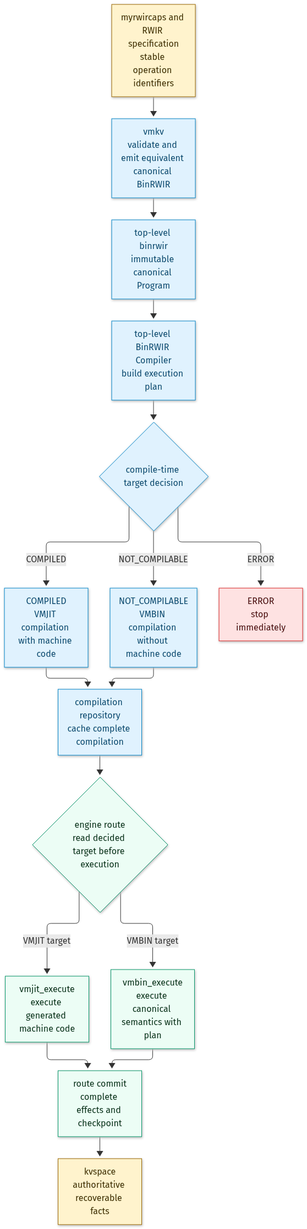
Earlier version of the Mermaid export runtimec/documentation/architecture/runtimec-trunk.png (array2d/kvlang). Its source is kept beside it as runtimec/documentation/architecture/runtimec-trunk.mmd.
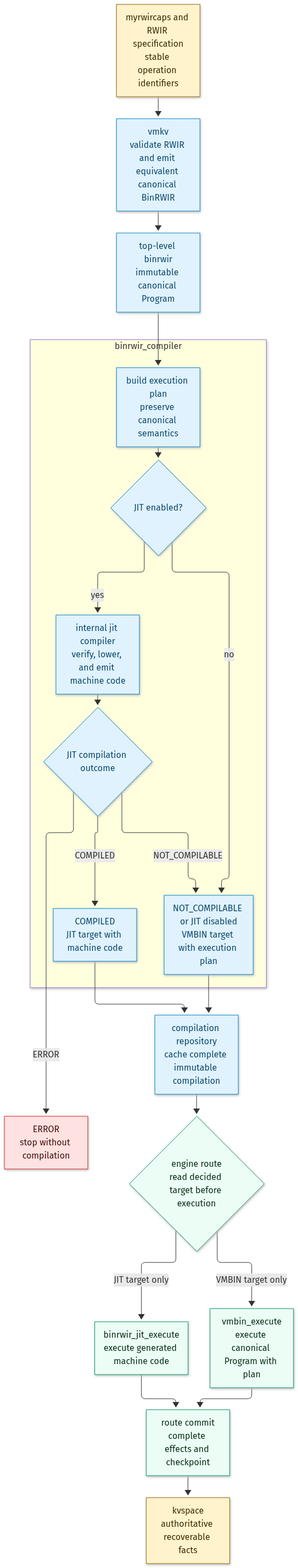
Above is the later version.

The edit, as a diff of the source:
```diff
@@ -1,29 +1,38 @@
 flowchart TB
   SPECIFICATION["myrwircaps and RWIR specification<br/>stable operation identifiers"]
-  VMKV["vmkv<br/>validate and emit equivalent canonical BinRWIR"]
+  VMKV["vmkv<br/>validate RWIR and emit equivalent canonical BinRWIR"]
   PROGRAM["top-level binrwir<br/>immutable canonical Program"]
-  COMPILER["top-level BinRWIR Compiler<br/>build execution plan"]
-  DECISION{"compile-time target decision"}
-  VMJIT_COMPILATION["COMPILED<br/>VMJIT compilation with machine code"]
-  VMBIN_COMPILATION["NOT_COMPILABLE<br/>VMBIN compilation without machine code"]
-  ERROR["ERROR<br/>stop immediately"]
-  REPOSITORY["compilation repository<br/>cache complete compilation"]
+
+  subgraph BINRWIR_COMPILER["binrwir_compiler"]
+    PLAN["build execution plan<br/>preserve canonical semantics"]
+    JIT_POLICY{"JIT enabled?"}
+    JIT_COMPILE["internal jit compiler<br/>verify, lower, and emit machine code"]
+    JIT_OUTCOME{"JIT compilation outcome"}
+    JIT_COMPILATION["COMPILED<br/>JIT target with machine code"]
+    VMBIN_COMPILATION["NOT_COMPILABLE or JIT disabled<br/>VMBIN target with execution plan"]
+    PLAN --> JIT_POLICY
+    JIT_POLICY -->|"yes"| JIT_COMPILE --> JIT_OUTCOME
+    JIT_POLICY -->|"no"| VMBIN_COMPILATION
+    JIT_OUTCOME -->|"COMPILED"| JIT_COMPILATION
+    JIT_OUTCOME -->|"NOT_COMPILABLE"| VMBIN_COMPILATION
+  end
+
+  ERROR["ERROR<br/>stop without compilation"]
+  REPOSITORY["compilation repository<br/>cache complete immutable compilation"]
   ROUTE{"engine route<br/>read decided target before execution"}
-  VMJIT_EXECUTE["vmjit_execute<br/>execute generated machine code"]
-  VMBIN_EXECUTE["vmbin_execute<br/>execute canonical semantics with plan"]
+  JIT_EXECUTE["binrwir_jit_execute<br/>execute generated machine code"]
+  VMBIN_EXECUTE["vmbin_execute<br/>execute canonical Program with plan"]
   COMMIT["route commit<br/>complete effects and checkpoint"]
   KVSPACE["kvspace<br/>authoritative recoverable facts"]
 
-  SPECIFICATION --> VMKV --> PROGRAM --> COMPILER --> DECISION
-  DECISION -->|"COMPILED"| VMJIT_COMPILATION
-  DECISION -->|"NOT_COMPILABLE"| VMBIN_COMPILATION
-  DECISION -->|"ERROR"| ERROR
-  VMJIT_COMPILATION --> REPOSITORY
+  SPECIFICATION --> VMKV --> PROGRAM --> PLAN
+  JIT_OUTCOME -->|"ERROR"| ERROR
+  JIT_COMPILATION --> REPOSITORY
   VMBIN_COMPILATION --> REPOSITORY
   REPOSITORY --> ROUTE
-  ROUTE -->|"VMJIT target"| VMJIT_EXECUTE
-  ROUTE -->|"VMBIN target"| VMBIN_EXECUTE
-  VMJIT_EXECUTE --> COMMIT
+  ROUTE -->|"JIT target only"| JIT_EXECUTE
+  ROUTE -->|"VMBIN target only"| VMBIN_EXECUTE
+  JIT_EXECUTE --> COMMIT
   VMBIN_EXECUTE --> COMMIT
   COMMIT --> KVSPACE
 
@@ -32,6 +41,6 @@
   classDef execute fill:#ecfdf5,stroke:#059669,color:#052e16
   classDef error fill:#fee2e2,stroke:#dc2626,color:#450a0a
   class SPECIFICATION,KVSPACE fact
-  class VMKV,PROGRAM,COMPILER,DECISION,VMJIT_COMPILATION,VMBIN_COMPILATION,REPOSITORY compile
-  class ROUTE,VMJIT_EXECUTE,VMBIN_EXECUTE,COMMIT execute
+  class VMKV,PROGRAM,PLAN,JIT_POLICY,JIT_COMPILE,JIT_OUTCOME,JIT_COMPILATION,VMBIN_COMPILATION,REPOSITORY compile
+  class ROUTE,JIT_EXECUTE,VMBIN_EXECUTE,COMMIT execute
   class ERROR error
```
